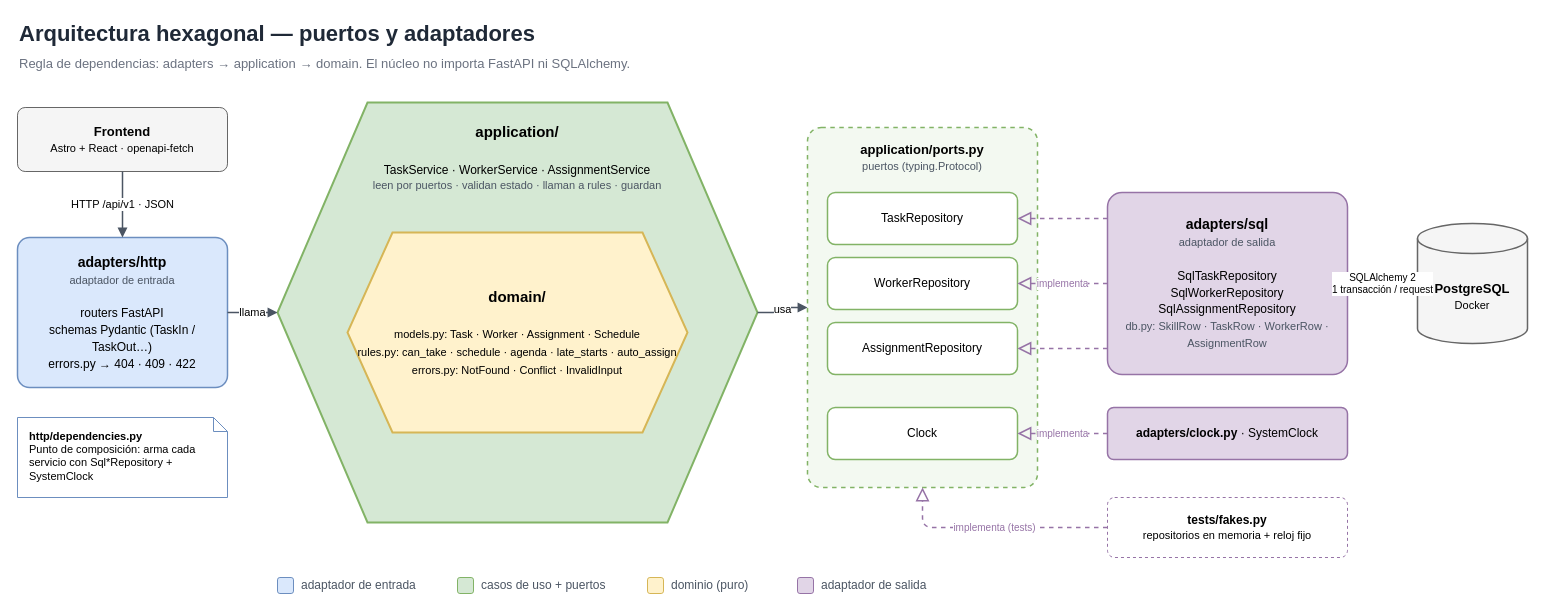
Above: docs/diagramas/02-arquitectura-hexagonal.drawio in hisandan/TaskWorkers (draw.io), before the change. Source tidied: cells renumbered, new cells numbered last; positions are measured from the earlier drawing's top-left corner, leaving out a move shared by most shapes. Both pictures are drawn from the tidied source at 100%, with x=0, y=0 at pixel (17, 17).
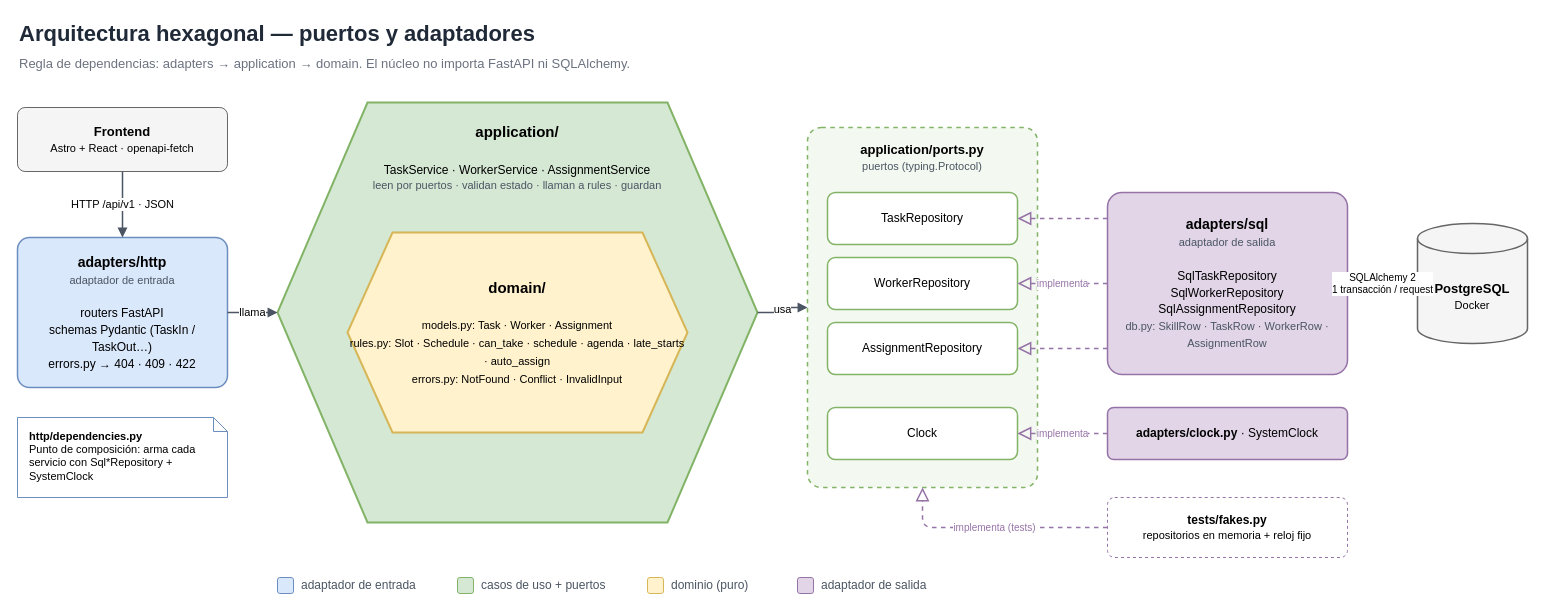
After the change.

Change to the diagram source:
```diff
@@
-    <mxCell id="9" value="&lt;b&gt;domain/&lt;/b&gt;&lt;br&gt;&lt;br&gt;&lt;span style='font-size:11px'&gt;models.py: Task · Worker · Assignment · Schedule&lt;br&gt;rules.py: can_take · schedule · agenda · late_starts · auto_assign&lt;br&gt;errors.py: NotFound · Conflict · InvalidInput&lt;/span&gt;" style="shape=hexagon;perimeter=hexagonPerimeter2;whiteSpace=wrap;html=1;fixedSize=1;size=45;fillColor=#fff2cc;strokeColor=#d6b656;strokeWidth=2;fontSize=15;" parent="1" vertex="1">
+    <mxCell id="9" value="&lt;b&gt;domain/&lt;/b&gt;&lt;br&gt;&lt;br&gt;&lt;span style='font-size:11px'&gt;models.py: Task · Worker · Assignment&lt;br&gt;rules.py: Slot · Schedule · can_take · schedule · agenda · late_starts · auto_assign&lt;br&gt;errors.py: NotFound · Conflict · InvalidInput&lt;/span&gt;" style="shape=hexagon;perimeter=hexagonPerimeter2;whiteSpace=wrap;html=1;fixedSize=1;size=45;fillColor=#fff2cc;strokeColor=#d6b656;strokeWidth=2;fontSize=15;" parent="1" vertex="1">
       <mxGeometry x="330" y="215" width="340" height="200" as="geometry" />
     </mxCell>
```
